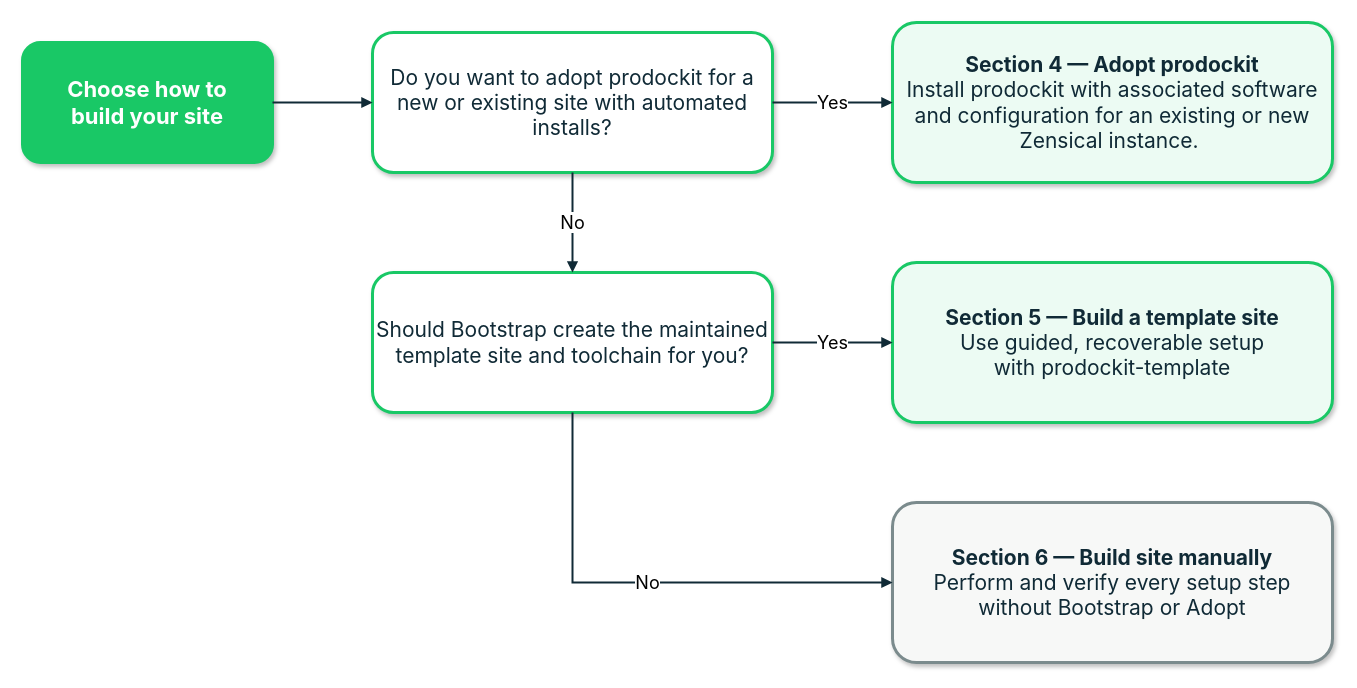
Above: tools/documentation-diagrams/2.1-installation-approaches.drawio in buckwem/prodockit-extensions (draw.io), before the change. Source tidied: cells renumbered, new cells numbered last; positions are measured from the earlier drawing's top-left corner, leaving out a move shared by most shapes. Both pictures are drawn from the tidied source at 100%, with x=0, y=0 at pixel (22, 22).
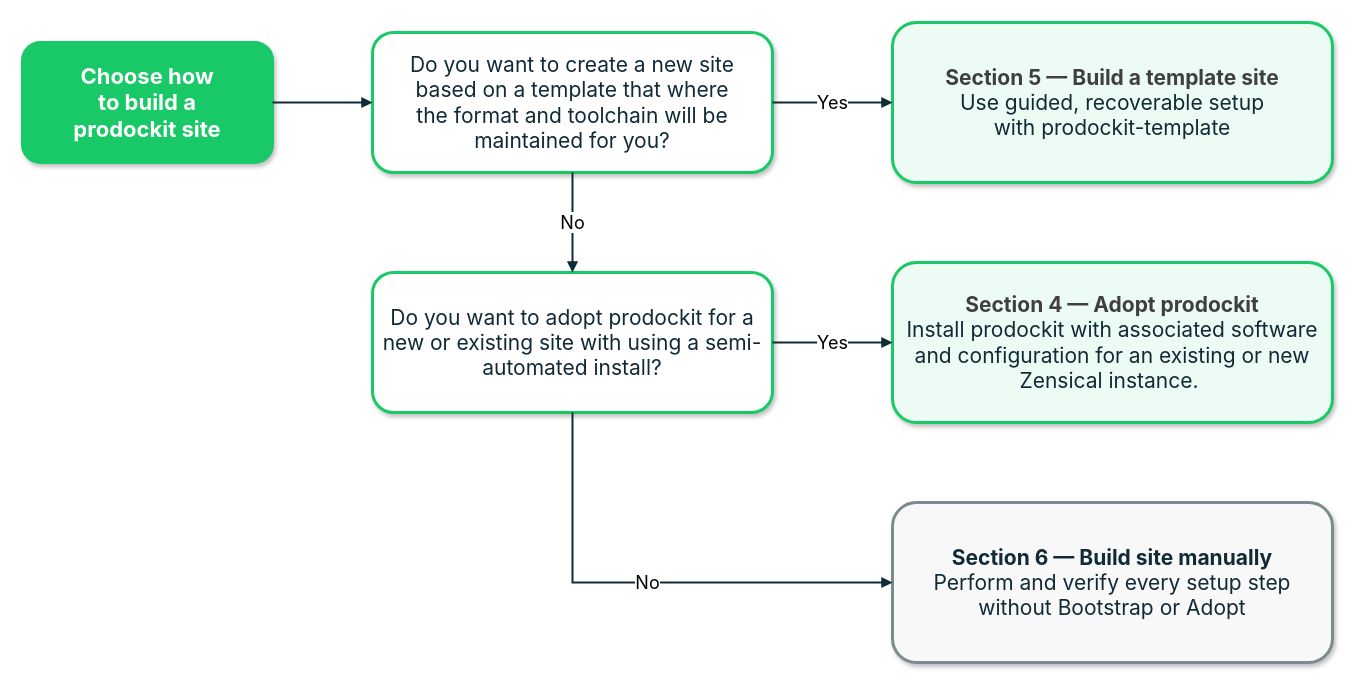
The same diagram, later.

Commit message (it also covers changes not shown here):
Refresh Figure 2.1 from updated main checkout diagram

Change to the diagram source:
```diff
@@
 <mxGraphModel background="#ffffff">
   <root>
     <mxCell id="0" />
     <mxCell id="1" parent="0" />
-    <mxCell id="2" value="&lt;b&gt;Choose how to&lt;br&gt;build your site&lt;/b&gt;" style="rounded=1;whiteSpace=wrap;html=1;fillColor=#19c866;strokeColor=#19c866;strokeWidth=3;fontColor=#ffffff;fontSize=22;fontFamily=Inter;shadow=1;" parent="1" vertex="1">
+    <mxCell id="2" value="&lt;b&gt;&lt;font style=&quot;color: rgb(255, 255, 255);&quot;&gt;Choose how&lt;br&gt;to&amp;nbsp;build a&lt;br&gt;prodockit site&lt;/font&gt;&lt;/b&gt;" style="rounded=1;whiteSpace=wrap;html=1;fillColor=#19c866;strokeColor=#19c866;strokeWidth=3;fontColor=#FFFFFF;fontSize=22;fontFamily=Inter;shadow=1;" parent="1" vertex="1">
       <mxGeometry y="20" width="250" height="120" as="geometry" />
     </mxCell>
-    <mxCell id="3" value="Do you want to adopt prodockit for a new or existing site with automated installs?" style="rounded=1;whiteSpace=wrap;html=1;fillColor=#ffffff;strokeColor=#19c866;strokeWidth=3;fontColor=#102a36;fontSize=21;fontFamily=Inter;shadow=1;" parent="1" vertex="1">
+    <mxCell id="3" value="&lt;span style=&quot;color: rgb(16, 42, 54);&quot;&gt;Do you want to create a new site&lt;br&gt;based on a template that where&lt;br&gt;the&amp;nbsp;&lt;/span&gt;&lt;span style=&quot;color: rgb(16, 42, 54);&quot;&gt;format and toolchain will be maintained for you?&lt;/span&gt;" style="rounded=1;whiteSpace=wrap;html=1;fillColor=#ffffff;strokeColor=#19c866;strokeWidth=3;fontColor=#102a36;fontSize=21;fontFamily=Inter;shadow=1;" parent="1" vertex="1">
       <mxGeometry x="350" y="10" width="400" height="140" as="geometry" />
     </mxCell>
-    <mxCell id="4" value="Should Bootstrap create the maintained&lt;br&gt;template site and toolchain for you?" style="rounded=1;whiteSpace=wrap;html=1;fillColor=#ffffff;strokeColor=#19c866;strokeWidth=3;fontColor=#102a36;fontSize=21;fontFamily=Inter;shadow=1;" parent="1" vertex="1">
+    <mxCell id="4" value="&lt;span style=&quot;color: rgb(16, 42, 54);&quot;&gt;Do you want to adopt prodockit for a new or existing site with using a semi-automated install?&lt;/span&gt;" style="rounded=1;whiteSpace=wrap;html=1;fillColor=#ffffff;strokeColor=#19c866;strokeWidth=3;fontColor=#102a36;fontSize=21;fontFamily=Inter;shadow=1;" parent="1" vertex="1">
       <mxGeometry x="350" y="250" width="400" height="140" as="geometry" />
     </mxCell>
-    <mxCell id="5" value="&lt;b&gt;Section 4 — Adopt prodockit&lt;/b&gt;&lt;br&gt;Install prodockit with associated software and configuration for an existing or new Zensical instance.&amp;nbsp;" style="rounded=1;whiteSpace=wrap;html=1;fillColor=#ecfbf3;strokeColor=#19c866;strokeWidth=3;fontColor=#102a36;fontSize=21;fontFamily=Inter;shadow=1;" parent="1" vertex="1">
+    <mxCell id="5" value="&lt;b style=&quot;color: rgb(63, 63, 63); scrollbar-color: rgb(226, 226, 226) rgb(251, 251, 251);&quot;&gt;Section 5 — Build a template site&lt;/b&gt;&lt;br style=&quot;color: rgb(63, 63, 63); scrollbar-color: rgb(226, 226, 226) rgb(251, 251, 251);&quot;&gt;&lt;span style=&quot;color: rgb(16, 42, 54);&quot;&gt;Use guided, recoverable setup&lt;/span&gt;&lt;br style=&quot;color: rgb(63, 63, 63); scrollbar-color: rgb(226, 226, 226) rgb(251, 251, 251);&quot;&gt;&lt;span style=&quot;color: rgb(16, 42, 54);&quot;&gt;with prodockit-template&lt;/span&gt;" style="rounded=1;whiteSpace=wrap;html=1;fillColor=#ecfbf3;strokeColor=#19c866;strokeWidth=3;fontColor=#102a36;fontSize=21;fontFamily=Inter;shadow=1;" parent="1" vertex="1">
       <mxGeometry x="870" width="440" height="160" as="geometry" />
     </mxCell>
-    <mxCell id="6" value="&lt;b&gt;Section 5 — Build a template site&lt;/b&gt;&lt;br&gt;Use guided, recoverable setup&lt;br&gt;with prodockit-template" style="rounded=1;whiteSpace=wrap;html=1;fillColor=#ecfbf3;strokeColor=#19c866;strokeWidth=3;fontColor=#102a36;fontSize=21;fontFamily=Inter;shadow=1;" parent="1" vertex="1">
+    <mxCell id="6" value="&lt;b style=&quot;color: rgb(63, 63, 63); scrollbar-color: rgb(226, 226, 226) rgb(251, 251, 251);&quot;&gt;Section 4 — Adopt prodockit&lt;/b&gt;&lt;br style=&quot;color: rgb(63, 63, 63); scrollbar-color: rgb(226, 226, 226) rgb(251, 251, 251);&quot;&gt;&lt;span style=&quot;color: rgb(16, 42, 54);&quot;&gt;Install prodockit with associated software and configuration for an existing or new Zensical instance.&amp;nbsp;&lt;/span&gt;" style="rounded=1;whiteSpace=wrap;html=1;fillColor=#ecfbf3;strokeColor=#19c866;strokeWidth=3;fontColor=#102a36;fontSize=21;fontFamily=Inter;shadow=1;" parent="1" vertex="1">
       <mxGeometry x="870" y="240" width="440" height="160" as="geometry" />
     </mxCell>
     <mxCell id="7" value="&lt;b&gt;Section 6 — Build site manually&lt;/b&gt;&lt;br&gt;Perform and verify every setup step&lt;br&gt;without Bootstrap or Adopt" style="rounded=1;whiteSpace=wrap;html=1;fillColor=#f7f8f7;strokeColor=#7b8b8d;strokeWidth=3;fontColor=#102a36;fontSize=21;fontFamily=Inter;shadow=1;" parent="1" vertex="1">
       <mxGeometry x="870" y="480" width="440" height="160" as="geometry" />
     </mxCell>
     <mxCell id="8" style="edgeStyle=orthogonalEdgeStyle;rounded=0;html=1;strokeColor=#102a36;strokeWidth=2;endArrow=block;endFill=1;" parent="1" edge="1" source="2" target="3">
       <mxGeometry relative="1" as="geometry" />
     </mxCell>
     <mxCell id="9" value="Yes" style="edgeStyle=orthogonalEdgeStyle;rounded=0;html=1;strokeColor=#102a36;strokeWidth=2;endArrow=block;endFill=1;fontSize=18;fontFamily=Inter;" parent="1" edge="1" source="3" target="5">
       <mxGeometry relative="1" as="geometry" />
     </mxCell>
     <mxCell id="10" value="No" style="edgeStyle=orthogonalEdgeStyle;rounded=0;html=1;strokeColor=#102a36;strokeWidth=2;endArrow=block;endFill=1;fontSize=18;fontFamily=Inter;" parent="1" edge="1" source="3">
       <mxGeometry relative="1" as="geometry">
         <mxPoint x="550" y="250" as="targetPoint" />
       </mxGeometry>
     </mxCell>
     <mxCell id="11" value="Yes" style="edgeStyle=orthogonalEdgeStyle;rounded=0;html=1;strokeColor=#102a36;strokeWidth=2;endArrow=block;endFill=1;fontSize=18;fontFamily=Inter;" parent="1" edge="1" source="4" target="6">
       <mxGeometry relative="1" as="geometry" />
     </mxCell>
     <mxCell id="12" value="No" style="edgeStyle=orthogonalEdgeStyle;rounded=0;html=1;strokeColor=#102a36;strokeWidth=2;endArrow=block;endFill=1;fontSize=18;fontFamily=Inter;exitX=0.5;exitY=1;exitDx=0;exitDy=0;entryX=0;entryY=0.5;entryDx=0;entryDy=0;" parent="1" edge="1" source="4" target="7">
       <mxGeometry relative="1" as="geometry">
         <Array as="points">
           <mxPoint x="550" y="560" />
         </Array>
       </mxGeometry>
     </mxCell>
   </root>
 </mxGraphModel>
```
